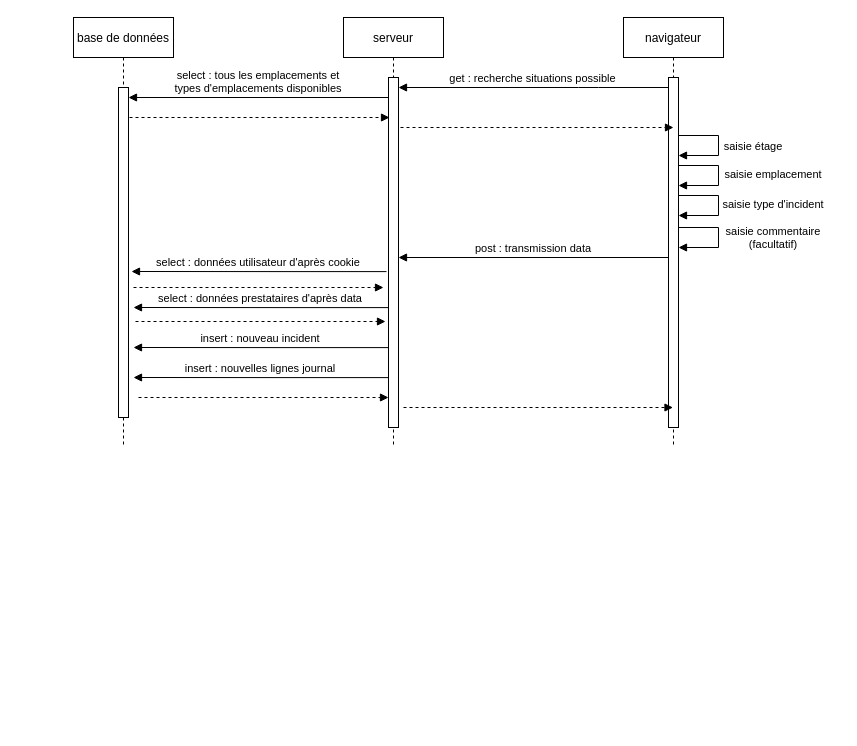
Above: doc/uml/création_incident.drawio in mapette/sos_immo_backend (draw.io), before the change. Source tidied: cells renumbered, new cells numbered last; positions are measured from the earlier drawing's top-left corner, leaving out a move shared by most shapes. Both pictures are drawn from the tidied source at 100%, with x=0, y=0 at pixel (73, 17).
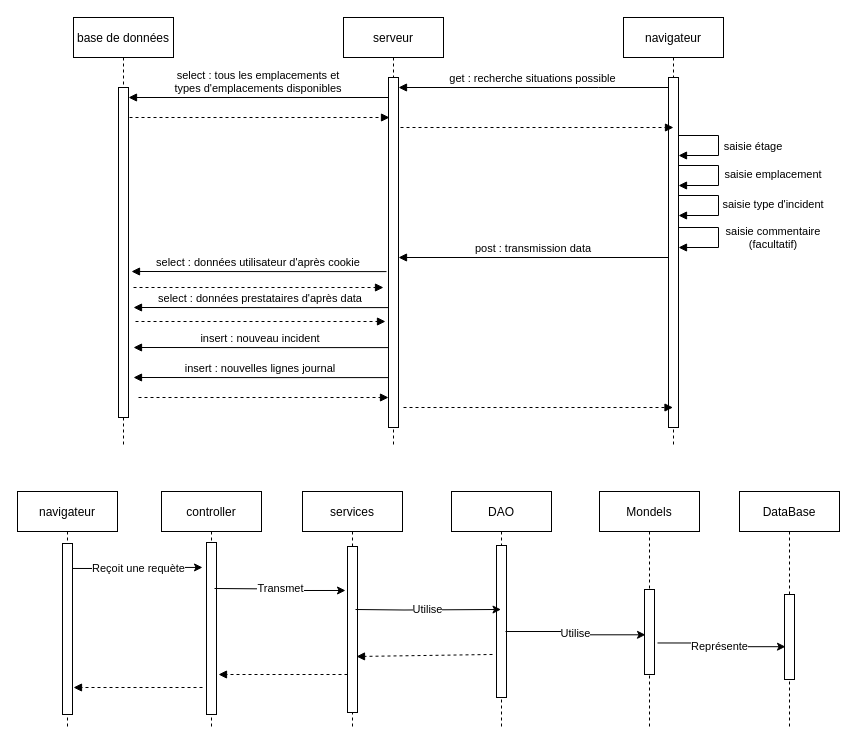
After the change.

What changed in the source:
```diff
@@
+    <mxCell id="25" value="controller" style="shape=umlLifeline;perimeter=lifelinePerimeter;rounded=0;shadow=0;strokeWidth=1;" parent="1" vertex="1">
+      <mxGeometry x="88" y="474" width="100" height="235" as="geometry" />
+    </mxCell>
+    <mxCell id="26" style="points=[];perimeter=orthogonalPerimeter;rounded=0;shadow=0;strokeWidth=1;" parent="25" vertex="1">
+      <mxGeometry x="45" y="51" width="10" height="172" as="geometry" />
+    </mxCell>
+    <mxCell id="27" style="verticalAlign=bottom;endArrow=block;shadow=0;strokeWidth=1;dashed=1;exitX=-0.4;exitY=0.717;exitDx=0;exitDy=0;exitPerimeter=0;" parent="25" edge="1">
+      <mxGeometry relative="1" as="geometry">
+        <mxPoint x="186" y="183" as="sourcePoint" />
+        <mxPoint x="57" y="183" as="targetPoint" />
+      </mxGeometry>
+    </mxCell>
+    <mxCell id="28" value="services" style="shape=umlLifeline;perimeter=lifelinePerimeter;rounded=0;shadow=0;strokeWidth=1;fontStyle=0;" parent="1" vertex="1">
+      <mxGeometry x="229" y="474" width="100" height="235" as="geometry" />
+    </mxCell>
+    <mxCell id="29" style="points=[];perimeter=orthogonalPerimeter;rounded=0;shadow=0;strokeWidth=1;" parent="28" vertex="1">
+      <mxGeometry x="45" y="55" width="10" height="166" as="geometry" />
+    </mxCell>
+    <mxCell id="30" value="navigateur" style="shape=umlLifeline;perimeter=lifelinePerimeter;rounded=0;shadow=0;strokeWidth=1;" parent="1" vertex="1">
+      <mxGeometry x="-56" y="474" width="100" height="236" as="geometry" />
+    </mxCell>
+    <mxCell id="31" style="points=[];perimeter=orthogonalPerimeter;rounded=0;shadow=0;strokeWidth=1;" parent="30" vertex="1">
+      <mxGeometry x="45" y="52" width="10" height="171" as="geometry" />
+    </mxCell>
+    <mxCell id="32" style="verticalAlign=bottom;endArrow=block;shadow=0;strokeWidth=1;dashed=1;exitX=-0.4;exitY=0.717;exitDx=0;exitDy=0;exitPerimeter=0;" parent="30" edge="1">
+      <mxGeometry relative="1" as="geometry">
+        <mxPoint x="185" y="196" as="sourcePoint" />
+        <mxPoint x="56" y="196" as="targetPoint" />
+      </mxGeometry>
+    </mxCell>
+    <mxCell id="33" value="DAO" style="shape=umlLifeline;perimeter=lifelinePerimeter;rounded=0;shadow=0;strokeWidth=1;fontStyle=0;" parent="1" vertex="1">
+      <mxGeometry x="378" y="474" width="100" height="236" as="geometry" />
+    </mxCell>
+    <mxCell id="34" style="points=[];perimeter=orthogonalPerimeter;rounded=0;shadow=0;strokeWidth=1;" parent="33" vertex="1">
+      <mxGeometry x="45" y="54" width="10" height="152" as="geometry" />
+    </mxCell>
+    <mxCell id="35" style="verticalAlign=bottom;endArrow=block;shadow=0;strokeWidth=1;dashed=1;entryX=-0.4;entryY=0.717;entryDx=0;entryDy=0;entryPerimeter=0;exitX=-0.4;exitY=0.717;exitDx=0;exitDy=0;exitPerimeter=0;" parent="33" edge="1" source="34">
+      <mxGeometry relative="1" as="geometry">
+        <mxPoint x="-95" y="165" as="targetPoint" />
+      </mxGeometry>
+    </mxCell>
+    <mxCell id="36" value="Mondels" style="shape=umlLifeline;perimeter=lifelinePerimeter;rounded=0;shadow=0;strokeWidth=1;fontStyle=0;" parent="1" vertex="1">
+      <mxGeometry x="526" y="474" width="100" height="236" as="geometry" />
+    </mxCell>
+    <mxCell id="37" style="points=[];perimeter=orthogonalPerimeter;rounded=0;shadow=0;strokeWidth=1;" parent="36" vertex="1">
+      <mxGeometry x="45" y="98" width="10" height="85" as="geometry" />
+    </mxCell>
+    <mxCell id="38" value="DataBase" style="shape=umlLifeline;perimeter=lifelinePerimeter;rounded=0;shadow=0;strokeWidth=1;fontStyle=0;" parent="1" vertex="1">
+      <mxGeometry x="666" y="474" width="100" height="237" as="geometry" />
+    </mxCell>
+    <mxCell id="39" style="points=[];perimeter=orthogonalPerimeter;rounded=0;shadow=0;strokeWidth=1;" parent="38" vertex="1">
+      <mxGeometry x="45" y="103" width="10" height="85" as="geometry" />
+    </mxCell>
+    <mxCell id="40" value="Reçoit une requète" style="edgeStyle=orthogonalEdgeStyle;rounded=0;jettySize=auto;html=1;exitX=1;exitY=0.146;exitDx=0;exitDy=0;exitPerimeter=0;entryX=-0.4;entryY=0.145;entryDx=0;entryDy=0;entryPerimeter=0;" parent="1" edge="1" source="31" target="26">
+      <mxGeometry relative="1" as="geometry" />
+    </mxCell>
+    <mxCell id="41" value="Transmet" style="edgeStyle=orthogonalEdgeStyle;rounded=0;jettySize=auto;html=1;entryX=-0.2;entryY=0.265;entryDx=0;entryDy=0;entryPerimeter=0;" parent="1" edge="1" target="29">
+      <mxGeometry relative="1" as="geometry">
+        <mxPoint x="141" y="571" as="sourcePoint" />
+      </mxGeometry>
+    </mxCell>
+    <mxCell id="42" value="Utilise" style="edgeStyle=orthogonalEdgeStyle;rounded=0;jettySize=auto;html=1;" parent="1" edge="1" target="33">
+      <mxGeometry relative="1" as="geometry">
+        <mxPoint x="282" y="592" as="sourcePoint" />
+      </mxGeometry>
+    </mxCell>
+    <mxCell id="43" value="Utilise" style="edgeStyle=orthogonalEdgeStyle;rounded=0;jettySize=auto;html=1;exitX=0.9;exitY=0.566;exitDx=0;exitDy=0;exitPerimeter=0;entryX=0.1;entryY=0.533;entryDx=0;entryDy=0;entryPerimeter=0;" parent="1" edge="1" source="34" target="37">
+      <mxGeometry relative="1" as="geometry" />
+    </mxCell>
+    <mxCell id="44" value="Représente" style="edgeStyle=orthogonalEdgeStyle;rounded=0;jettySize=auto;html=1;exitX=1.3;exitY=0.629;exitDx=0;exitDy=0;exitPerimeter=0;entryX=0.1;entryY=0.614;entryDx=0;entryDy=0;entryPerimeter=0;" parent="1" edge="1" source="37" target="39">
+      <mxGeometry relative="1" as="geometry" />
+    </mxCell>
```
